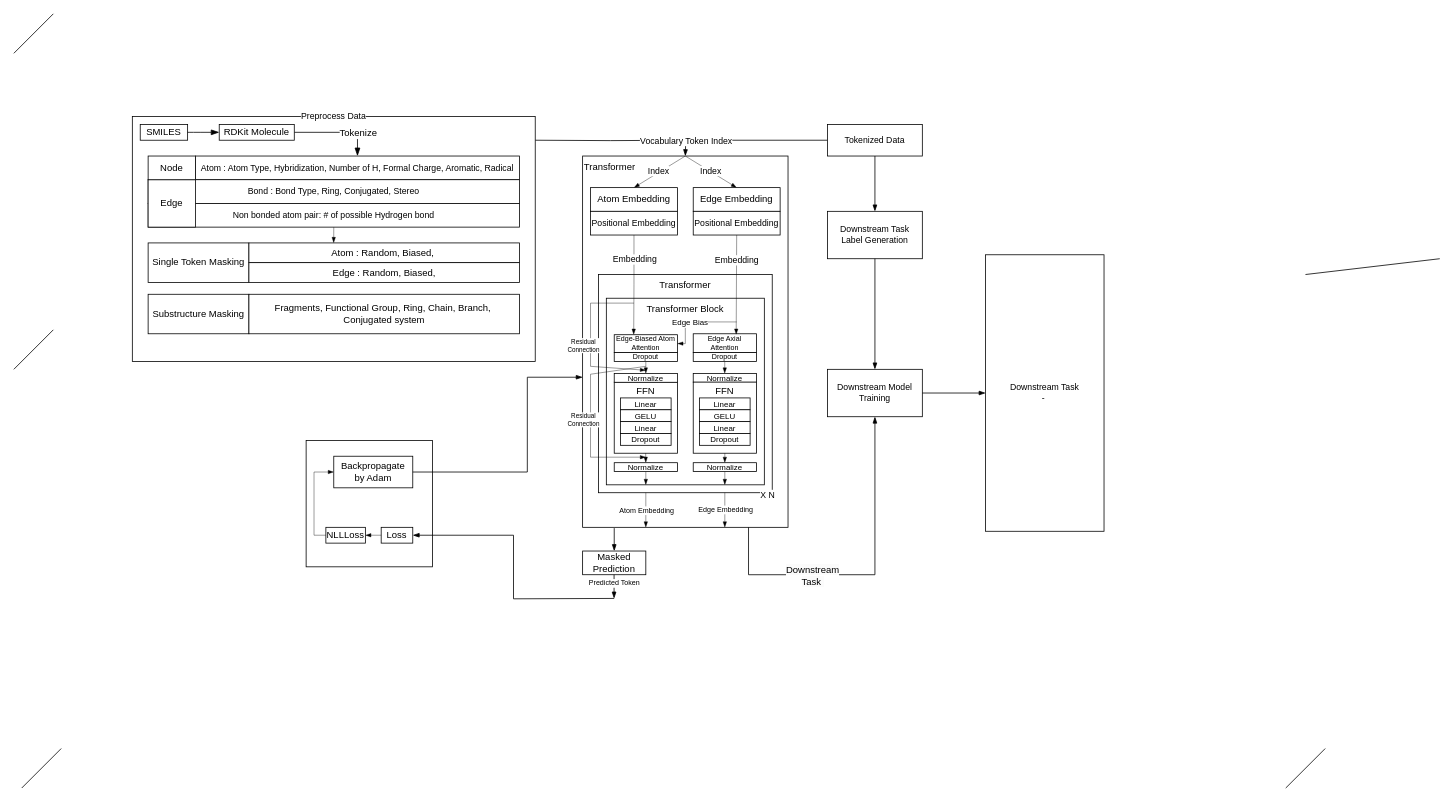
Above: Model_objective_diagram.drawio in rladbtls1998/public_temp (draw.io), before the change. Source tidied: cells renumbered, new cells numbered last; positions are measured from the earlier drawing's top-left corner, leaving out a move shared by most shapes. Both pictures are drawn from the tidied source at 79%, with x=0, y=0 at pixel (13, 13).
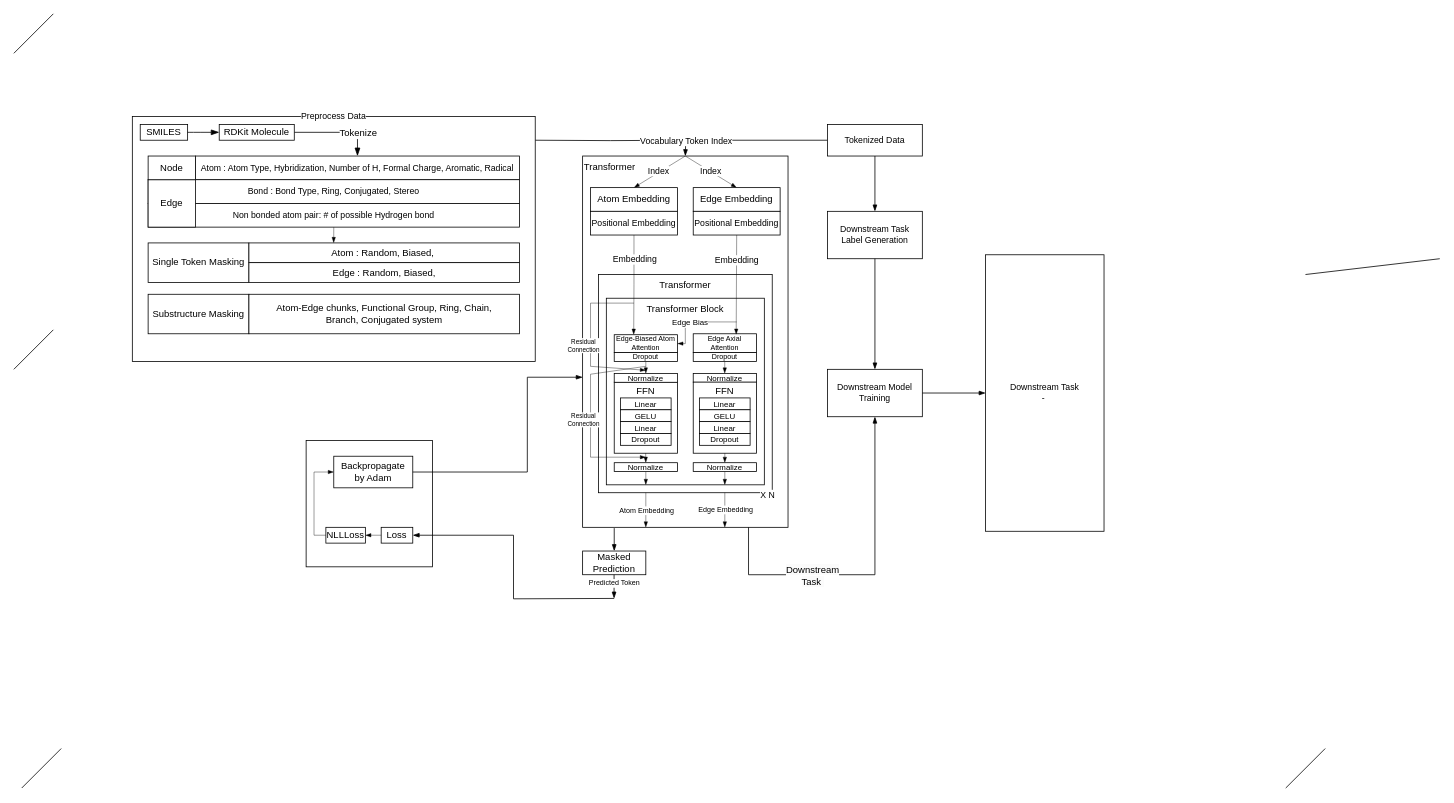
The same page after the edit.

The change refers to these unchanged cells:
```xml
<mxCell id="111" style="group;" parent="109" vertex="1">
  <mxGeometry x="127.6" width="342.4" height="50" as="geometry" />
</mxCell>
```

Change to the diagram source:
```diff
@@
-    <mxCell id="112" value="Fragments, Functional Group, Ring, Chain, Branch,&amp;nbsp;&lt;div&gt;Conjugated system&lt;/div&gt;" style="rounded=0;whiteSpace=wrap;html=1;" parent="111" vertex="1">
+    <mxCell id="112" value="Atom-Edge chunks, Functional Group, Ring, Chain, Branch,&amp;nbsp;&lt;span style=&quot;background-color: initial;&quot;&gt;Conjugated system&lt;/span&gt;" style="rounded=0;whiteSpace=wrap;html=1;" parent="111" vertex="1">
       <mxGeometry width="342.4" height="50" as="geometry" />
     </mxCell>
```
